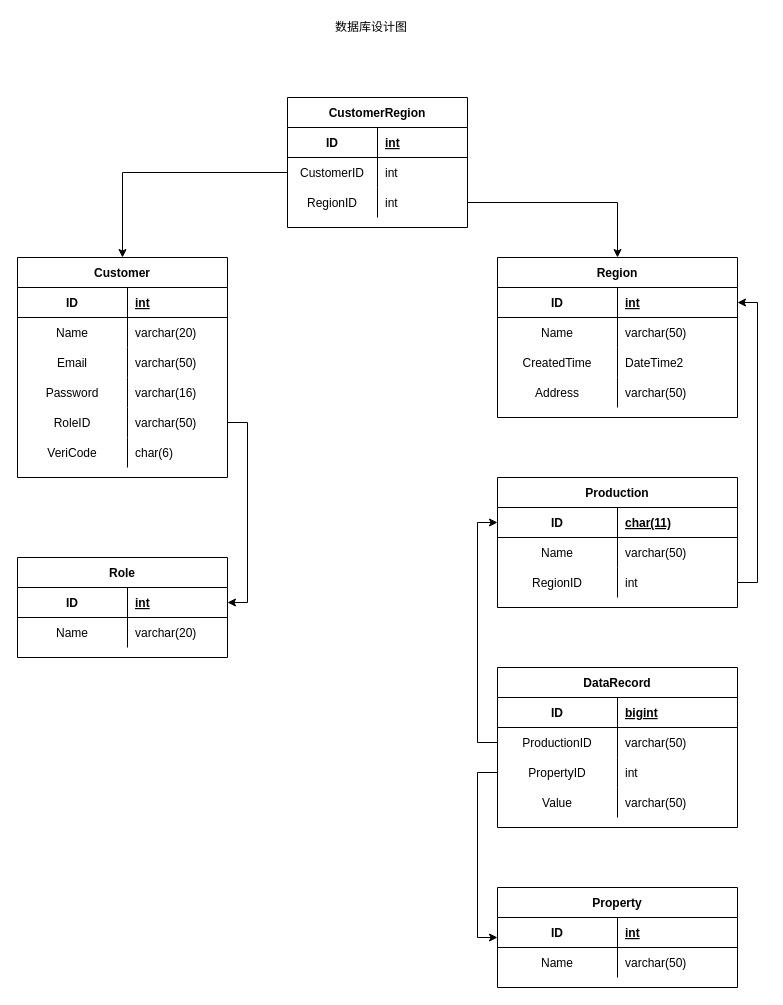
Above: page "数据库设计" (3 of 3) of SystemArch.drawio in wisdomLei/FakeMicroBlog (draw.io), before the change. Source tidied: cells renumbered, new cells numbered last; positions are measured from the earlier drawing's top-left corner, leaving out a move shared by most shapes. Both pictures are drawn from the tidied source at 100%, with x=0, y=0 at pixel (17, 17).
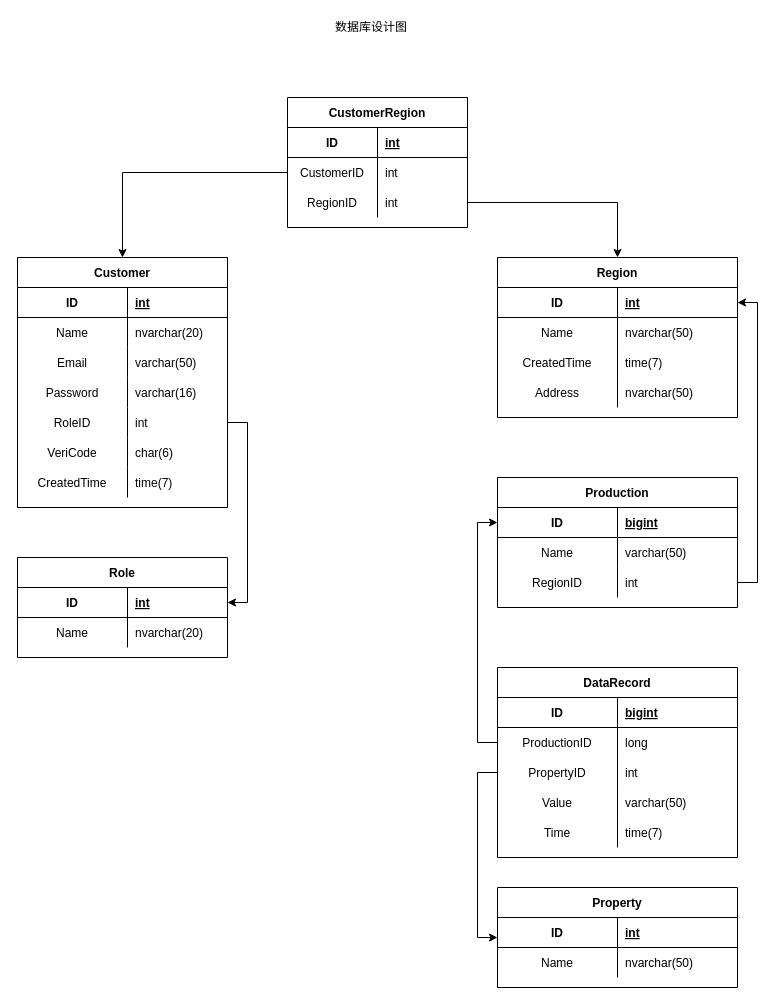
After the change.

Unchanged cells that the change refers to:
```xml
<mxCell id="17" style="shape=partialRectangle;fillColor=none;top=0;left=0;bottom=0;right=0;" parent="13" vertex="1">
  <mxGeometry y="60" width="210" height="30" as="geometry" />
</mxCell>
<mxCell id="26" style="shape=partialRectangle;fillColor=none;top=0;left=0;bottom=0;right=0;points=[[0,0.5],[1,0.5]];portConstraint=eastwest;" parent="13" vertex="1">
  <mxGeometry y="150" width="210" height="30" as="geometry" />
</mxCell>
<mxCell id="36" style="shape=partialRectangle;fillColor=none;top=0;left=0;bottom=0;right=0;" parent="32" vertex="1">
  <mxGeometry y="60" width="240" height="30" as="geometry" />
</mxCell>
<mxCell id="39" style="shape=partialRectangle;fillColor=none;top=0;left=0;bottom=0;right=0;" parent="32" vertex="1">
  <mxGeometry y="90" width="240" height="30" as="geometry" />
</mxCell>
<mxCell id="42" style="shape=partialRectangle;fillColor=none;top=0;left=0;bottom=0;right=0;" parent="32" vertex="1">
  <mxGeometry y="120" width="240" height="30" as="geometry" />
</mxCell>
<mxCell id="46" style="shape=partialRectangle;fillColor=none;top=0;left=0;bottom=1;right=0;points=[[0,0.5],[1,0.5]];portConstraint=eastwest;" parent="45" vertex="1">
  <mxGeometry y="30" width="240" height="30" as="geometry" />
</mxCell>
<mxCell id="59" style="shape=partialRectangle;fillColor=none;top=0;left=0;bottom=0;right=0;" parent="55" vertex="1">
  <mxGeometry y="60" width="210" height="30" as="geometry" />
</mxCell>
<mxCell id="66" style="shape=partialRectangle;fillColor=none;top=0;left=0;bottom=0;right=0;" parent="62" vertex="1">
  <mxGeometry y="60" width="240" height="30" as="geometry" />
</mxCell>
<mxCell id="73" style="shape=partialRectangle;fillColor=none;top=0;left=0;bottom=0;right=0;points=[[0,0.5],[1,0.5]];portConstraint=eastwest;" parent="69" vertex="1">
  <mxGeometry y="60" width="240" height="30" as="geometry" />
</mxCell>
```

Diff of the diagram source:
```diff
@@
     <mxCell id="13" value="Customer" style="shape=table;startSize=30;childLayout=tableLayout;rowLines=0;fontStyle=1;align=center;" parent="1" vertex="1">
-      <mxGeometry y="240" width="210" height="220" as="geometry" />
+      <mxGeometry y="240" width="210" height="250" as="geometry" />
     </mxCell>
@@
-    <mxCell id="19" value="varchar(20)" style="shape=partialRectangle;fillColor=none;top=0;left=0;bottom=0;right=0;align=left;spacingLeft=6;overflow=hidden;" parent="17" vertex="1">
+    <mxCell id="19" value="nvarchar(20)" style="shape=partialRectangle;fillColor=none;top=0;left=0;bottom=0;right=0;align=left;spacingLeft=6;overflow=hidden;" parent="17" vertex="1">
       <mxGeometry x="110" width="100" height="30" as="geometry" />
     </mxCell>
@@
-    <mxCell id="28" value="varchar(50)" style="shape=partialRectangle;fillColor=none;top=0;left=0;bottom=0;right=0;align=left;spacingLeft=6;overflow=hidden;" parent="26" vertex="1">
+    <mxCell id="28" value="int" style="shape=partialRectangle;fillColor=none;top=0;left=0;bottom=0;right=0;align=left;spacingLeft=6;overflow=hidden;" parent="26" vertex="1">
       <mxGeometry x="110" width="100" height="30" as="geometry" />
     </mxCell>
@@
+    <mxCell id="88" style="shape=partialRectangle;fillColor=none;top=0;left=0;bottom=0;right=0;" parent="13" vertex="1">
+      <mxGeometry y="210" width="210" height="30" as="geometry" />
+    </mxCell>
+    <mxCell id="89" value="CreatedTime" style="shape=partialRectangle;fillColor=none;top=0;left=0;bottom=0;right=0;overflow=hidden;" parent="88" vertex="1">
+      <mxGeometry width="110" height="30" as="geometry" />
+    </mxCell>
+    <mxCell id="90" value="time(7)" style="shape=partialRectangle;fillColor=none;top=0;left=0;bottom=0;right=0;align=left;spacingLeft=6;overflow=hidden;" parent="88" vertex="1">
+      <mxGeometry x="110" width="100" height="30" as="geometry" />
+    </mxCell>
@@
-    <mxCell id="38" value="varchar(50)" style="shape=partialRectangle;fillColor=none;top=0;left=0;bottom=0;right=0;align=left;spacingLeft=6;overflow=hidden;" parent="36" vertex="1">
+    <mxCell id="38" value="nvarchar(50)" style="shape=partialRectangle;fillColor=none;top=0;left=0;bottom=0;right=0;align=left;spacingLeft=6;overflow=hidden;" parent="36" vertex="1">
       <mxGeometry x="120" width="120" height="30" as="geometry" />
     </mxCell>
@@
-    <mxCell id="41" value="DateTime2" style="shape=partialRectangle;fillColor=none;top=0;left=0;bottom=0;right=0;align=left;spacingLeft=6;overflow=hidden;" parent="39" vertex="1">
+    <mxCell id="41" value="time(7)" style="shape=partialRectangle;fillColor=none;top=0;left=0;bottom=0;right=0;align=left;spacingLeft=6;overflow=hidden;" parent="39" vertex="1">
       <mxGeometry x="120" width="120" height="30" as="geometry" />
     </mxCell>
@@
-    <mxCell id="44" value="varchar(50)" style="shape=partialRectangle;fillColor=none;top=0;left=0;bottom=0;right=0;align=left;spacingLeft=6;overflow=hidden;" parent="42" vertex="1">
+    <mxCell id="44" value="nvarchar(50)" style="shape=partialRectangle;fillColor=none;top=0;left=0;bottom=0;right=0;align=left;spacingLeft=6;overflow=hidden;" parent="42" vertex="1">
       <mxGeometry x="120" width="120" height="30" as="geometry" />
     </mxCell>
@@
-    <mxCell id="48" value="char(11)" style="shape=partialRectangle;fillColor=none;top=0;left=0;bottom=0;right=0;align=left;spacingLeft=6;fontStyle=5;overflow=hidden;" parent="46" vertex="1">
+    <mxCell id="48" value="bigint" style="shape=partialRectangle;fillColor=none;top=0;left=0;bottom=0;right=0;align=left;spacingLeft=6;fontStyle=5;overflow=hidden;" parent="46" vertex="1">
       <mxGeometry x="120" width="120" height="30" as="geometry" />
     </mxCell>
@@
-    <mxCell id="61" value="varchar(20)" style="shape=partialRectangle;fillColor=none;top=0;left=0;bottom=0;right=0;align=left;spacingLeft=6;overflow=hidden;" parent="59" vertex="1">
+    <mxCell id="61" value="nvarchar(20)" style="shape=partialRectangle;fillColor=none;top=0;left=0;bottom=0;right=0;align=left;spacingLeft=6;overflow=hidden;" parent="59" vertex="1">
       <mxGeometry x="110" width="100" height="30" as="geometry" />
     </mxCell>
@@
-    <mxCell id="68" value="varchar(50)" style="shape=partialRectangle;fillColor=none;top=0;left=0;bottom=0;right=0;align=left;spacingLeft=6;overflow=hidden;" parent="66" vertex="1">
+    <mxCell id="68" value="nvarchar(50)" style="shape=partialRectangle;fillColor=none;top=0;left=0;bottom=0;right=0;align=left;spacingLeft=6;overflow=hidden;" parent="66" vertex="1">
       <mxGeometry x="120" width="120" height="30" as="geometry" />
     </mxCell>
     <mxCell id="69" value="DataRecord" style="shape=table;startSize=30;childLayout=tableLayout;rowLines=0;fontStyle=1;align=center;" parent="1" vertex="1">
-      <mxGeometry x="480" y="650" width="240" height="160" as="geometry" />
+      <mxGeometry x="480" y="650" width="240" height="190" as="geometry" />
     </mxCell>
@@
-    <mxCell id="75" value="varchar(50)" style="shape=partialRectangle;fillColor=none;top=0;left=0;bottom=0;right=0;align=left;spacingLeft=6;overflow=hidden;" parent="73" vertex="1">
+    <mxCell id="75" value="long" style="shape=partialRectangle;fillColor=none;top=0;left=0;bottom=0;right=0;align=left;spacingLeft=6;overflow=hidden;" parent="73" vertex="1">
       <mxGeometry x="120" width="120" height="30" as="geometry" />
     </mxCell>
@@
+    <mxCell id="91" style="shape=partialRectangle;fillColor=none;top=0;left=0;bottom=0;right=0;" parent="69" vertex="1">
+      <mxGeometry y="150" width="240" height="30" as="geometry" />
+    </mxCell>
+    <mxCell id="92" value="Time" style="shape=partialRectangle;fillColor=none;top=0;left=0;bottom=0;right=0;overflow=hidden;" parent="91" vertex="1">
+      <mxGeometry width="120" height="30" as="geometry" />
+    </mxCell>
+    <mxCell id="93" value="time(7)" style="shape=partialRectangle;fillColor=none;top=0;left=0;bottom=0;right=0;align=left;spacingLeft=6;overflow=hidden;" parent="91" vertex="1">
+      <mxGeometry x="120" width="120" height="30" as="geometry" />
+    </mxCell>
```
